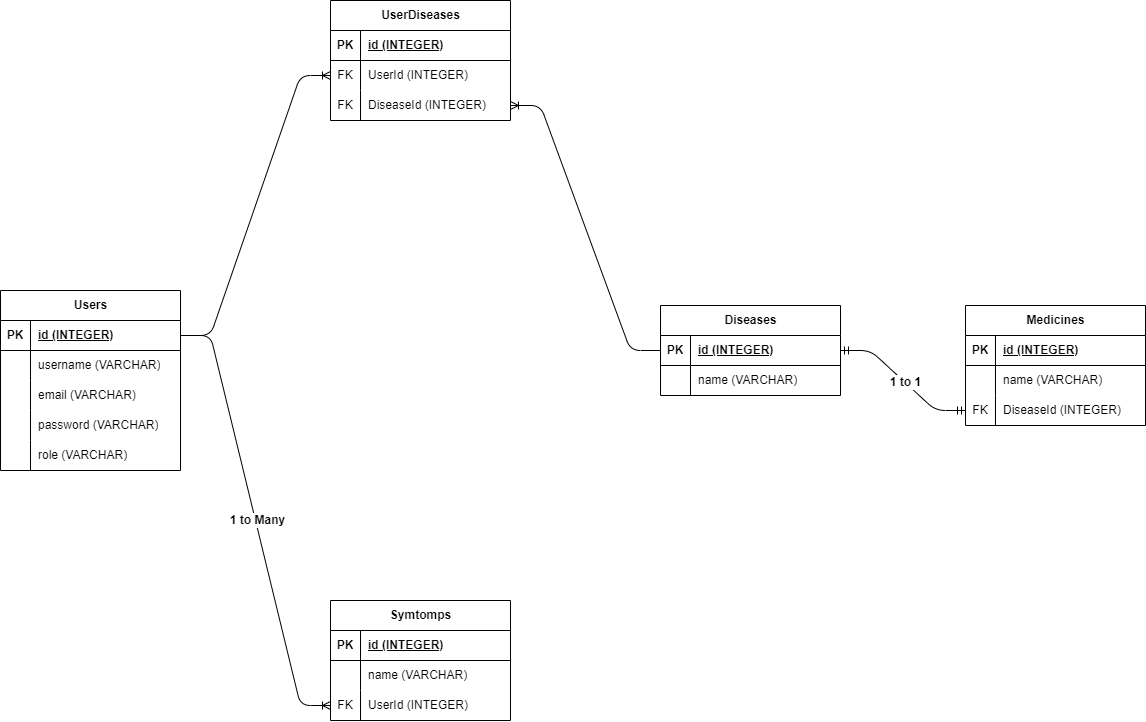
This is schema.drawio.png from KendySupratowo/HiDoc, a draw.io export, as it was before one commit. Source tidied: cells renumbered, new cells last; positions are measured from the earlier drawing's top-left corner, leaving out a move shared by most shapes.
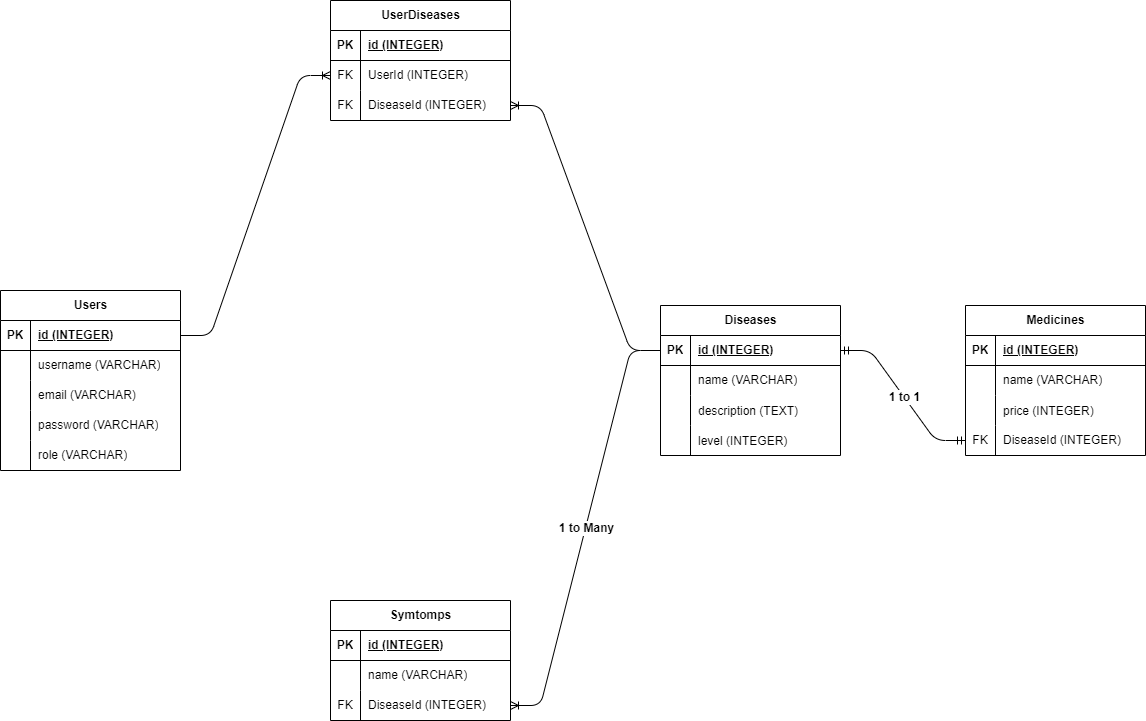
Later version of the same file.

Commit message:
chore : edit & tambah attributes

The edit, as a diff of the source:
```diff
@@ -81,7 +81,7 @@
       <mxGeometry x="30" width="150" height="30" as="geometry" />
     </mxCell>
     <mxCell id="28" value="Diseases" style="shape=table;startSize=30;rowLines=0;fontStyle=1;align=center;html=1;" parent="1" vertex="1">
-      <mxGeometry x="660" y="305" width="180" height="90" as="geometry" />
+      <mxGeometry x="660" y="305" width="180" height="150" as="geometry" />
     </mxCell>
     <mxCell id="29" style="shape=tableRow;horizontal=0;startSize=0;swimlaneHead=0;swimlaneBody=0;fillColor=none;points=[[0,0.5],[1,0.5]];portConstraint=eastwest;top=0;left=0;right=0;bottom=1;" parent="28" vertex="1">
       <mxGeometry y="30" width="180" height="30" as="geometry" />
@@ -101,6 +101,24 @@
     <mxCell id="34" value="name (VARCHAR)" style="shape=partialRectangle;fillColor=none;top=0;left=0;bottom=0;right=0;align=left;spacingLeft=6;overflow=hidden;whiteSpace=wrap;html=1;" parent="32" vertex="1">
       <mxGeometry x="30" width="150" height="30" as="geometry" />
     </mxCell>
+    <mxCell id="61" style="shape=tableRow;horizontal=0;startSize=0;swimlaneHead=0;swimlaneBody=0;fillColor=none;top=0;left=0;right=0;bottom=0;" parent="28" vertex="1">
+      <mxGeometry y="90" width="180" height="30" as="geometry" />
+    </mxCell>
+    <mxCell id="62" style="shape=partialRectangle;fillColor=none;top=0;left=0;bottom=0;right=0;overflow=hidden;" parent="61" vertex="1">
+      <mxGeometry width="30" height="30" as="geometry" />
+    </mxCell>
+    <mxCell id="63" value="description (TEXT)" style="shape=partialRectangle;fillColor=none;top=0;left=0;bottom=0;right=0;align=left;spacingLeft=6;overflow=hidden;" parent="61" vertex="1">
+      <mxGeometry x="30" width="150" height="30" as="geometry" />
+    </mxCell>
+    <mxCell id="64" style="shape=tableRow;horizontal=0;startSize=0;swimlaneHead=0;swimlaneBody=0;fillColor=none;top=0;left=0;right=0;bottom=0;" parent="28" vertex="1">
+      <mxGeometry y="120" width="180" height="30" as="geometry" />
+    </mxCell>
+    <mxCell id="65" style="shape=partialRectangle;fillColor=none;top=0;left=0;bottom=0;right=0;overflow=hidden;" parent="64" vertex="1">
+      <mxGeometry width="30" height="30" as="geometry" />
+    </mxCell>
+    <mxCell id="66" value="level (INTEGER)" style="shape=partialRectangle;fillColor=none;top=0;left=0;bottom=0;right=0;align=left;spacingLeft=6;overflow=hidden;" parent="64" vertex="1">
+      <mxGeometry x="30" width="150" height="30" as="geometry" />
+    </mxCell>
     <mxCell id="35" style="edgeStyle=entityRelationEdgeStyle;fontSize=12;html=1;endArrow=ERoneToMany;exitX=1;exitY=0.5;exitDx=0;exitDy=0;entryX=0;entryY=0.5;entryDx=0;entryDy=0;" parent="1" edge="1" source="3" target="22">
       <mxGeometry relative="1" as="geometry" />
     </mxCell>
@@ -138,13 +156,13 @@
     <mxCell id="45" value="FK" style="shape=partialRectangle;fillColor=none;top=0;left=0;bottom=0;right=0;fontStyle=0;overflow=hidden;whiteSpace=wrap;html=1;" parent="44" vertex="1">
       <mxGeometry width="30" height="30" as="geometry" />
     </mxCell>
-    <mxCell id="46" value="&lt;span style=&quot;color: rgb(0, 0, 0);&quot;&gt;UserId (INTEGER)&lt;/span&gt;" style="shape=partialRectangle;fillColor=none;top=0;left=0;bottom=0;right=0;align=left;spacingLeft=6;fontStyle=0;overflow=hidden;whiteSpace=wrap;html=1;" parent="44" vertex="1">
+    <mxCell id="46" value="&lt;span style=&quot;color: rgb(0, 0, 0);&quot;&gt;DiseaseId (INTEGER)&lt;/span&gt;" style="shape=partialRectangle;fillColor=none;top=0;left=0;bottom=0;right=0;align=left;spacingLeft=6;fontStyle=0;overflow=hidden;whiteSpace=wrap;html=1;" parent="44" vertex="1">
       <mxGeometry x="30" width="150" height="30" as="geometry" />
     </mxCell>
-    <mxCell id="47" style="edgeStyle=entityRelationEdgeStyle;fontSize=12;html=1;endArrow=ERoneToMany;exitX=1;exitY=0.5;exitDx=0;exitDy=0;entryX=0;entryY=0.5;entryDx=0;entryDy=0;" parent="1" edge="1" source="3" target="44">
+    <mxCell id="47" style="edgeStyle=entityRelationEdgeStyle;fontSize=12;html=1;endArrow=ERoneToMany;exitX=0;exitY=0.5;exitDx=0;exitDy=0;entryX=1;entryY=0.5;entryDx=0;entryDy=0;" parent="1" edge="1" source="29" target="44">
       <mxGeometry relative="1" as="geometry">
         <Array as="points">
-          <mxPoint x="330" y="485" />
+          <mxPoint x="647" y="470" />
         </Array>
       </mxGeometry>
     </mxCell>
@@ -152,7 +170,7 @@
       <mxGeometry y="1" relative="1" as="geometry" />
     </mxCell>
     <mxCell id="49" value="Medicines" style="shape=table;startSize=30;rowLines=0;fontStyle=1;align=center;html=1;" parent="1" vertex="1">
-      <mxGeometry x="965" y="305" width="180" height="120" as="geometry" />
+      <mxGeometry x="965" y="305" width="180" height="150" as="geometry" />
     </mxCell>
     <mxCell id="50" style="shape=tableRow;horizontal=0;startSize=0;swimlaneHead=0;swimlaneBody=0;fillColor=none;top=0;left=0;right=0;bottom=1;" parent="49" vertex="1">
       <mxGeometry y="30" width="180" height="30" as="geometry" />
@@ -172,8 +190,17 @@
     <mxCell id="55" value="name (VARCHAR)" style="shape=partialRectangle;fillColor=none;top=0;left=0;bottom=0;right=0;align=left;spacingLeft=6;overflow=hidden;whiteSpace=wrap;html=1;" parent="53" vertex="1">
       <mxGeometry x="30" width="150" height="30" as="geometry" />
     </mxCell>
+    <mxCell id="67" style="shape=tableRow;horizontal=0;startSize=0;swimlaneHead=0;swimlaneBody=0;fillColor=none;top=0;left=0;right=0;bottom=0;" parent="49" vertex="1">
+      <mxGeometry y="90" width="180" height="30" as="geometry" />
+    </mxCell>
+    <mxCell id="68" style="shape=partialRectangle;fillColor=none;top=0;left=0;bottom=0;right=0;overflow=hidden;" parent="67" vertex="1">
+      <mxGeometry width="30" height="30" as="geometry" />
+    </mxCell>
+    <mxCell id="69" value="price (INTEGER)" style="shape=partialRectangle;fillColor=none;top=0;left=0;bottom=0;right=0;align=left;spacingLeft=6;overflow=hidden;" parent="67" vertex="1">
+      <mxGeometry x="30" width="150" height="30" as="geometry" />
+    </mxCell>
     <mxCell id="56" style="shape=tableRow;horizontal=0;startSize=0;swimlaneHead=0;swimlaneBody=0;fillColor=none;points=[[0,0.5],[1,0.5]];portConstraint=eastwest;top=0;left=0;right=0;bottom=0;" parent="49" vertex="1">
-      <mxGeometry y="90" width="180" height="30" as="geometry" />
+      <mxGeometry y="120" width="180" height="30" as="geometry" />
     </mxCell>
     <mxCell id="57" value="FK" style="shape=partialRectangle;fillColor=none;top=0;left=0;bottom=0;right=0;fontStyle=0;overflow=hidden;whiteSpace=wrap;html=1;" parent="56" vertex="1">
       <mxGeometry width="30" height="30" as="geometry" />
```
